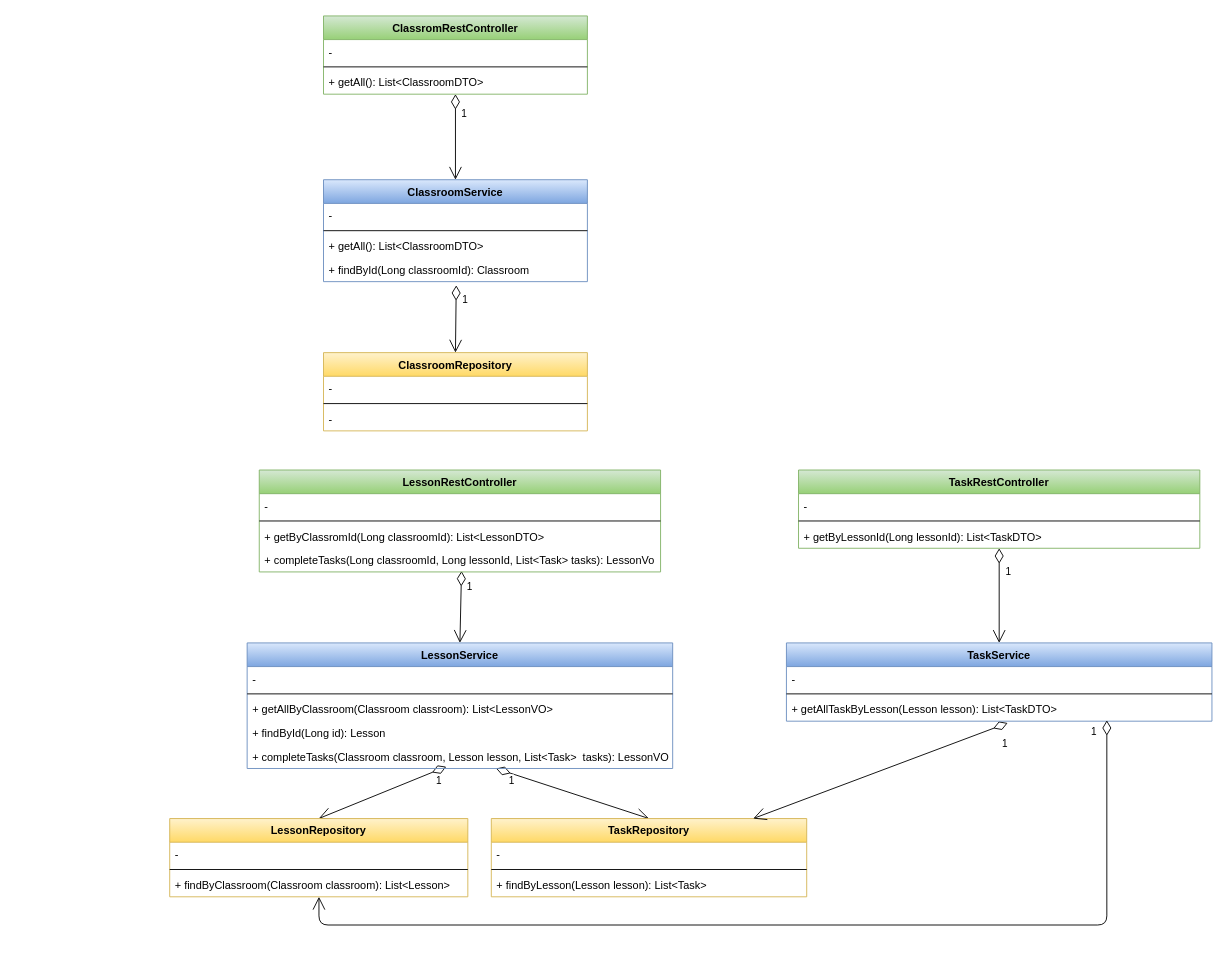
zolezzi/VirTuAula keeps this draw.io diagram as page "Services" (2 of 2) of doc/UML.drawio. Above is the earlier version. Source tidied: cells renumbered, new cells numbered last; positions are measured from the earlier drawing's top-left corner, leaving out a move shared by most shapes. Both pictures are drawn from the tidied source at 91%, with x=0, y=0 at pixel (169, 15).
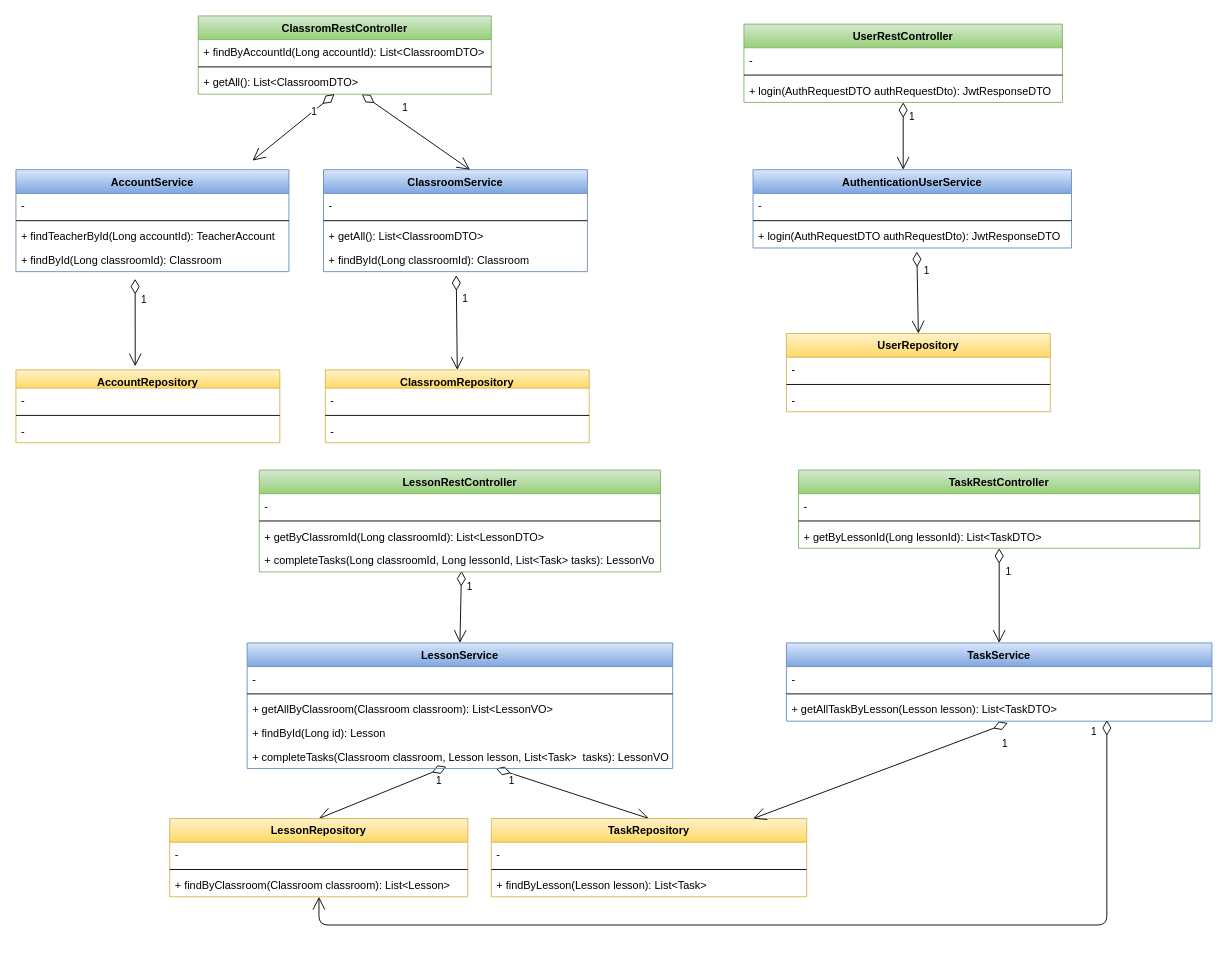
The same diagram, later.

What changed in the source:
```diff
@@
     <mxCell id="2" value="ClassroomService" style="swimlane;fontStyle=1;align=center;verticalAlign=top;horizontal=1;startSize=26;fillColor=#dae8fc;strokeColor=#6c8ebf;gradientColor=#7ea6e0;" parent="1" vertex="1">
-      <mxGeometry x="169" y="180" width="290" height="112" as="geometry" />
+      <mxGeometry x="169" y="169" width="290" height="112" as="geometry" />
     </mxCell>
@@
-    <mxCell id="7" value="1" style="endArrow=open;html=1;endSize=12;startArrow=diamondThin;startSize=14;startFill=0;align=left;verticalAlign=bottom;entryX=0.5;entryY=0;entryDx=0;entryDy=0;" parent="1" edge="1" source="11" target="2">
-      <mxGeometry x="-0.33" y="5" relative="1" as="geometry" />
+    <mxCell id="7" value="1" style="endArrow=open;html=1;endSize=12;startArrow=diamondThin;startSize=14;startFill=0;align=left;verticalAlign=bottom;" parent="1" edge="1" source="11">
+      <mxGeometry x="-0.33" y="5" relative="1" as="geometry">
+        <mxPoint x="330" y="169" as="targetPoint" />
+      </mxGeometry>
     </mxCell>
     <mxCell id="8" value="ClassromRestController" style="swimlane;fontStyle=1;align=center;verticalAlign=top;horizontal=1;startSize=26;fillColor=#d5e8d4;strokeColor=#82b366;gradientColor=#97d077;" parent="1" vertex="1">
-      <mxGeometry x="169" width="290" height="86" as="geometry" />
+      <mxGeometry x="31.4" width="322" height="86" as="geometry" />
     </mxCell>
-    <mxCell id="9" value="-" style="text;strokeColor=none;fillColor=none;align=left;verticalAlign=top;spacingLeft=4;spacingRight=4;overflow=hidden;" parent="8" vertex="1">
-      <mxGeometry y="26" width="290" height="26" as="geometry" />
-    </mxCell>
+    <mxCell id="50" value="+ findByAccountId(Long accountId): List&lt;ClassroomDTO&gt;" style="text;strokeColor=none;fillColor=none;align=left;verticalAlign=top;spacingLeft=4;spacingRight=4;overflow=hidden;" parent="8" vertex="1">
+      <mxGeometry y="26" width="322" height="26" as="geometry" />
+    </mxCell>
     <mxCell id="10" style="line;strokeWidth=1;fillColor=none;align=left;verticalAlign=middle;spacingTop=-1;spacingLeft=3;spacingRight=3;labelPosition=right;" parent="8" vertex="1">
-      <mxGeometry y="52" width="290" height="8" as="geometry" />
+      <mxGeometry y="52" width="322" height="8" as="geometry" />
     </mxCell>
     <mxCell id="11" value="+ getAll(): List&lt;ClassroomDTO&gt;" style="text;strokeColor=none;fillColor=none;align=left;verticalAlign=top;spacingLeft=4;spacingRight=4;overflow=hidden;points=[[0,0.5],[1,0.5]];portConstraint=eastwest;" parent="8" vertex="1">
-      <mxGeometry y="60" width="290" height="26" as="geometry" />
+      <mxGeometry y="60" width="322" height="26" as="geometry" />
     </mxCell>
@@
-    <mxCell id="13" value="ClassroomRepository" style="swimlane;fontStyle=1;align=center;verticalAlign=top;horizontal=1;startSize=26;fillColor=#fff2cc;strokeColor=#d6b656;gradientColor=#ffd966;" parent="1" vertex="1">
-      <mxGeometry x="169" y="370" width="290" height="86" as="geometry" />
+    <mxCell id="13" value="ClassroomRepository" style="swimlane;fontStyle=1;align=center;verticalAlign=top;horizontal=1;startSize=20;fillColor=#fff2cc;strokeColor=#d6b656;gradientColor=#ffd966;" parent="1" vertex="1">
+      <mxGeometry x="171" y="389" width="290" height="80" as="geometry" />
     </mxCell>
     <mxCell id="14" value="-" style="text;strokeColor=none;fillColor=none;align=left;verticalAlign=top;spacingLeft=4;spacingRight=4;overflow=hidden;" parent="13" vertex="1">
-      <mxGeometry y="26" width="290" height="26" as="geometry" />
+      <mxGeometry y="20" width="290" height="26" as="geometry" />
     </mxCell>
     <mxCell id="15" style="line;strokeWidth=1;fillColor=none;align=left;verticalAlign=middle;spacingTop=-1;spacingLeft=3;spacingRight=3;labelPosition=right;" parent="13" vertex="1">
-      <mxGeometry y="52" width="290" height="8" as="geometry" />
+      <mxGeometry y="46" width="290" height="8" as="geometry" />
     </mxCell>
     <mxCell id="16" value="-" style="text;strokeColor=none;fillColor=none;align=left;verticalAlign=top;spacingLeft=4;spacingRight=4;overflow=hidden;" parent="13" vertex="1">
-      <mxGeometry y="60" width="290" height="26" as="geometry" />
+      <mxGeometry y="54" width="290" height="26" as="geometry" />
     </mxCell>
@@
+    <mxCell id="51" value="AuthenticationUserService" style="swimlane;fontStyle=1;align=center;verticalAlign=top;horizontal=1;startSize=26;fillColor=#dae8fc;strokeColor=#6c8ebf;gradientColor=#7ea6e0;" parent="1" vertex="1">
+      <mxGeometry x="641" y="169" width="350" height="86" as="geometry" />
+    </mxCell>
+    <mxCell id="52" value="-" style="text;strokeColor=none;fillColor=none;align=left;verticalAlign=top;spacingLeft=4;spacingRight=4;overflow=hidden;" parent="51" vertex="1">
+      <mxGeometry y="26" width="350" height="26" as="geometry" />
+    </mxCell>
+    <mxCell id="53" style="line;strokeWidth=1;fillColor=none;align=left;verticalAlign=middle;spacingTop=-1;spacingLeft=3;spacingRight=3;labelPosition=right;" parent="51" vertex="1">
+      <mxGeometry y="52" width="350" height="8" as="geometry" />
+    </mxCell>
+    <mxCell id="54" value="+ login(AuthRequestDTO authRequestDto): JwtResponseDTO" style="text;strokeColor=none;fillColor=none;align=left;verticalAlign=top;spacingLeft=4;spacingRight=4;overflow=hidden;" parent="51" vertex="1">
+      <mxGeometry y="60" width="350" height="26" as="geometry" />
+    </mxCell>
+    <mxCell id="55" value="1" style="endArrow=open;html=1;endSize=12;startArrow=diamondThin;startSize=14;startFill=0;align=left;verticalAlign=bottom;" parent="1" edge="1" source="59">
+      <mxGeometry x="-0.33" y="5" relative="1" as="geometry">
+        <mxPoint x="806" y="169" as="targetPoint" />
+      </mxGeometry>
+    </mxCell>
+    <mxCell id="56" value="UserRestController" style="swimlane;fontStyle=1;align=center;verticalAlign=top;horizontal=1;startSize=26;fillColor=#d5e8d4;strokeColor=#82b366;gradientColor=#97d077;" parent="1" vertex="1">
+      <mxGeometry x="631" y="9" width="350" height="86" as="geometry" />
+    </mxCell>
+    <mxCell id="57" value="-" style="text;strokeColor=none;fillColor=none;align=left;verticalAlign=top;spacingLeft=4;spacingRight=4;overflow=hidden;" parent="56" vertex="1">
+      <mxGeometry y="26" width="350" height="26" as="geometry" />
+    </mxCell>
+    <mxCell id="58" style="line;strokeWidth=1;fillColor=none;align=left;verticalAlign=middle;spacingTop=-1;spacingLeft=3;spacingRight=3;labelPosition=right;" parent="56" vertex="1">
+      <mxGeometry y="52" width="350" height="8" as="geometry" />
+    </mxCell>
+    <mxCell id="59" value="+ login(AuthRequestDTO authRequestDto): JwtResponseDTO" style="text;strokeColor=none;fillColor=none;align=left;verticalAlign=top;spacingLeft=4;spacingRight=4;overflow=hidden;points=[[0,0.5],[1,0.5]];portConstraint=eastwest;" parent="56" vertex="1">
+      <mxGeometry y="60" width="350" height="26" as="geometry" />
+    </mxCell>
+    <mxCell id="60" value="1" style="endArrow=open;html=1;endSize=12;startArrow=diamondThin;startSize=14;startFill=0;align=left;verticalAlign=bottom;entryX=0.5;entryY=0;entryDx=0;entryDy=0;" parent="1" edge="1" target="61">
+      <mxGeometry x="-0.33" y="5" relative="1" as="geometry">
+        <mxPoint x="821" y="259" as="sourcePoint" />
+      </mxGeometry>
+    </mxCell>
+    <mxCell id="61" value="UserRepository" style="swimlane;fontStyle=1;align=center;verticalAlign=top;horizontal=1;startSize=26;fillColor=#fff2cc;strokeColor=#d6b656;gradientColor=#ffd966;" parent="1" vertex="1">
+      <mxGeometry x="677.7" y="349" width="290" height="86" as="geometry" />
+    </mxCell>
+    <mxCell id="9" value="-" style="text;strokeColor=none;fillColor=none;align=left;verticalAlign=top;spacingLeft=4;spacingRight=4;overflow=hidden;" parent="61" vertex="1">
+      <mxGeometry y="26" width="290" height="26" as="geometry" />
+    </mxCell>
+    <mxCell id="62" style="line;strokeWidth=1;fillColor=none;align=left;verticalAlign=middle;spacingTop=-1;spacingLeft=3;spacingRight=3;labelPosition=right;" parent="61" vertex="1">
+      <mxGeometry y="52" width="290" height="8" as="geometry" />
+    </mxCell>
+    <mxCell id="63" value="-" style="text;strokeColor=none;fillColor=none;align=left;verticalAlign=top;spacingLeft=4;spacingRight=4;overflow=hidden;" parent="61" vertex="1">
+      <mxGeometry y="60" width="290" height="26" as="geometry" />
+    </mxCell>
+    <mxCell id="64" value="AccountService" style="swimlane;fontStyle=1;align=center;verticalAlign=top;horizontal=1;startSize=26;fillColor=#dae8fc;strokeColor=#6c8ebf;gradientColor=#7ea6e0;" parent="1" vertex="1">
+      <mxGeometry x="-169" y="169" width="300" height="112" as="geometry" />
+    </mxCell>
+    <mxCell id="65" value="-" style="text;strokeColor=none;fillColor=none;align=left;verticalAlign=top;spacingLeft=4;spacingRight=4;overflow=hidden;" parent="64" vertex="1">
+      <mxGeometry y="26" width="300" height="26" as="geometry" />
+    </mxCell>
+    <mxCell id="66" style="line;strokeWidth=1;fillColor=none;align=left;verticalAlign=middle;spacingTop=-1;spacingLeft=3;spacingRight=3;labelPosition=right;" parent="64" vertex="1">
+      <mxGeometry y="52" width="300" height="8" as="geometry" />
+    </mxCell>
+    <mxCell id="67" value="+ findTeacherById(Long accountId): TeacherAccount" style="text;strokeColor=none;fillColor=none;align=left;verticalAlign=top;spacingLeft=4;spacingRight=4;overflow=hidden;" parent="64" vertex="1">
+      <mxGeometry y="60" width="300" height="26" as="geometry" />
+    </mxCell>
+    <mxCell id="68" value="+ findById(Long classroomId): Classroom" style="text;strokeColor=none;fillColor=none;align=left;verticalAlign=top;spacingLeft=4;spacingRight=4;overflow=hidden;" parent="64" vertex="1">
+      <mxGeometry y="86" width="300" height="26" as="geometry" />
+    </mxCell>
+    <mxCell id="69" value="AccountRepository" style="swimlane;fontStyle=1;align=center;verticalAlign=top;horizontal=1;startSize=20;fillColor=#fff2cc;strokeColor=#d6b656;gradientColor=#ffd966;" parent="1" vertex="1">
+      <mxGeometry x="-169" y="389" width="290" height="80" as="geometry" />
+    </mxCell>
+    <mxCell id="70" value="-" style="text;strokeColor=none;fillColor=none;align=left;verticalAlign=top;spacingLeft=4;spacingRight=4;overflow=hidden;" parent="69" vertex="1">
+      <mxGeometry y="20" width="290" height="26" as="geometry" />
+    </mxCell>
+    <mxCell id="71" style="line;strokeWidth=1;fillColor=none;align=left;verticalAlign=middle;spacingTop=-1;spacingLeft=3;spacingRight=3;labelPosition=right;" parent="69" vertex="1">
+      <mxGeometry y="46" width="290" height="8" as="geometry" />
+    </mxCell>
+    <mxCell id="72" value="-" style="text;strokeColor=none;fillColor=none;align=left;verticalAlign=top;spacingLeft=4;spacingRight=4;overflow=hidden;" parent="69" vertex="1">
+      <mxGeometry y="54" width="290" height="26" as="geometry" />
+    </mxCell>
+    <mxCell id="73" value="1" style="endArrow=open;html=1;endSize=12;startArrow=diamondThin;startSize=14;startFill=0;align=left;verticalAlign=bottom;entryX=0.5;entryY=0;entryDx=0;entryDy=0;" parent="1" edge="1">
+      <mxGeometry x="-0.33" y="5" relative="1" as="geometry">
+        <mxPoint x="-38" y="289" as="sourcePoint" />
+        <mxPoint x="-37.9" y="385" as="targetPoint" />
+      </mxGeometry>
+    </mxCell>
+    <mxCell id="74" value="1" style="endArrow=open;html=1;endSize=12;startArrow=diamondThin;startSize=14;startFill=0;align=left;verticalAlign=bottom;" parent="1" edge="1">
+      <mxGeometry x="-0.33" y="5" relative="1" as="geometry">
+        <mxPoint x="181" y="86" as="sourcePoint" />
+        <mxPoint x="91" y="159" as="targetPoint" />
+      </mxGeometry>
+    </mxCell>
```
